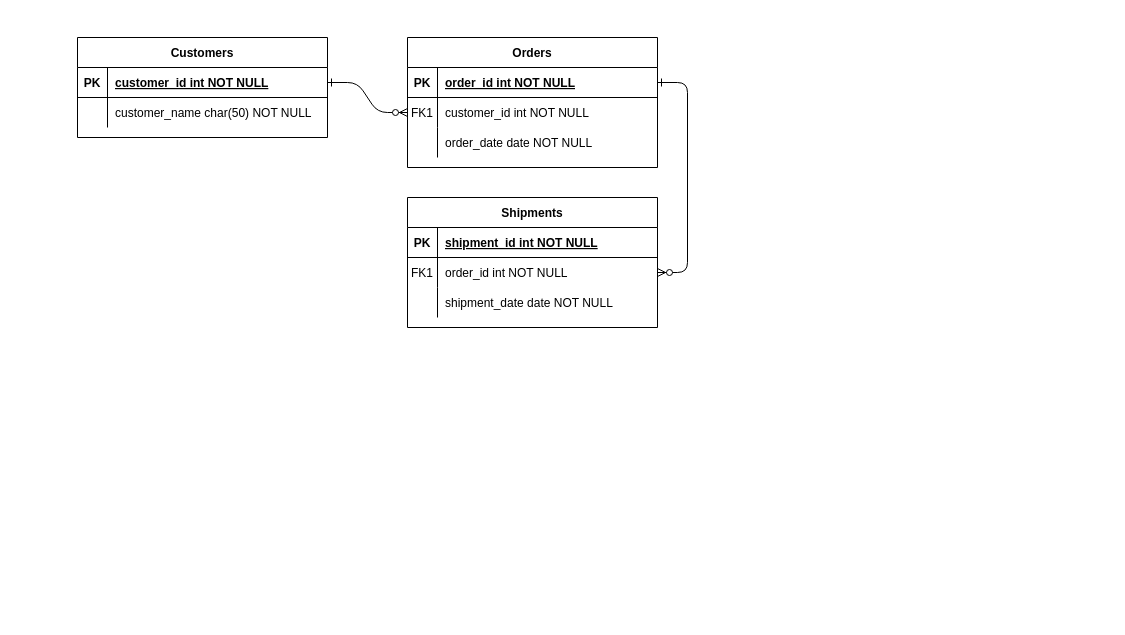
Grigosty/Resume_for_TenChat_Bobryashov_Gragory keeps this draw.io diagram as Структурный анализ.drawio. Above is the earlier version. Source tidied: cells renumbered, new cells numbered last; positions are measured from the earlier drawing's top-left corner, leaving out a move shared by most shapes. Both pictures are drawn from the tidied source at 100%, with x=0, y=0 at pixel (77, 37).
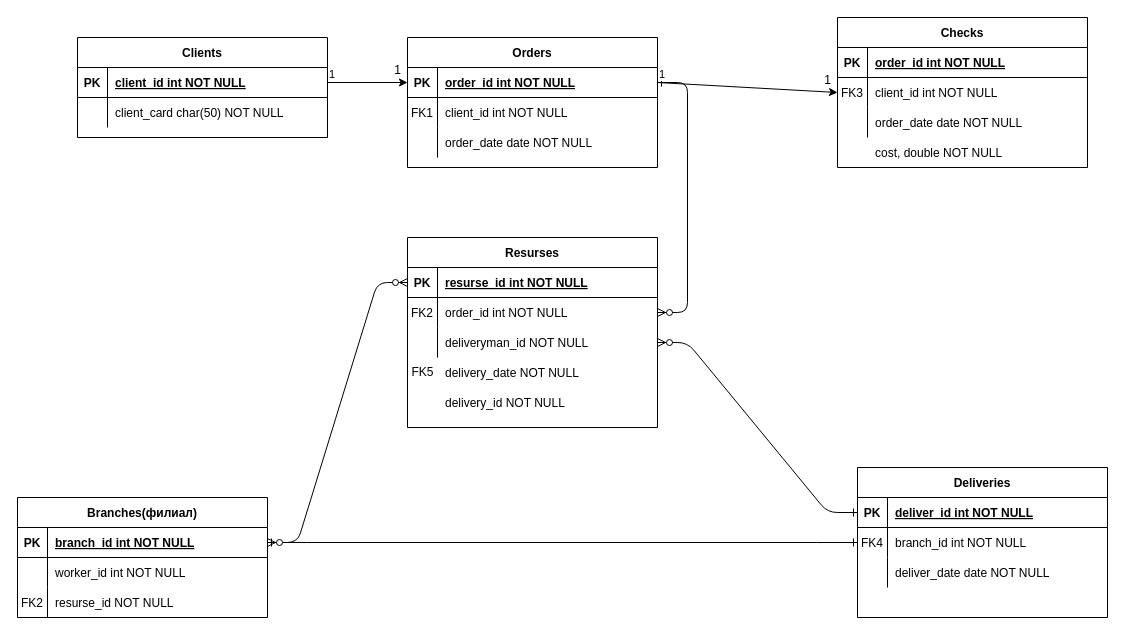
The same diagram, later.

Unchanged cells that the change refers to:
```xml
<mxCell id="5" style="shape=partialRectangle;fillColor=none;points=[[0,0.5],[1,0.5]];portConstraint=eastwest;top=0;left=0;right=0;bottom=1;" parent="4" vertex="1">
  <mxGeometry y="30" width="250" height="30" as="geometry" />
</mxCell>
<mxCell id="8" style="shape=partialRectangle;fillColor=none;points=[[0,0.5],[1,0.5]];portConstraint=eastwest;top=0;left=0;right=0;bottom=0;" parent="4" vertex="1">
  <mxGeometry y="60" width="250" height="30" as="geometry" />
</mxCell>
<mxCell id="15" style="shape=partialRectangle;fillColor=none;points=[[0,0.5],[1,0.5]];portConstraint=eastwest;top=0;left=0;right=0;bottom=1;" parent="14" vertex="1">
  <mxGeometry y="30" width="250" height="30" as="geometry" />
</mxCell>
<mxCell id="18" style="shape=partialRectangle;fillColor=none;points=[[0,0.5],[1,0.5]];portConstraint=eastwest;top=0;left=0;right=0;bottom=0;" parent="14" vertex="1">
  <mxGeometry y="60" width="250" height="30" as="geometry" />
</mxCell>
<mxCell id="21" style="shape=partialRectangle;fillColor=none;points=[[0,0.5],[1,0.5]];portConstraint=eastwest;top=0;left=0;right=0;bottom=0;" parent="14" vertex="1">
  <mxGeometry y="90" width="250" height="30" as="geometry" />
</mxCell>
<mxCell id="25" style="shape=partialRectangle;fillColor=none;points=[[0,0.5],[1,0.5]];portConstraint=eastwest;top=0;left=0;right=0;bottom=1;" parent="24" vertex="1">
  <mxGeometry y="30" width="250" height="30" as="geometry" />
</mxCell>
<mxCell id="28" style="shape=partialRectangle;fillColor=none;top=0;left=0;right=0;bottom=0;" parent="24" vertex="1">
  <mxGeometry y="60" width="250" height="30" as="geometry" />
</mxCell>
```

The edit, as a diff of the source:
```diff
@@
-    <mxCell id="2" style="edgeStyle=entityRelationEdgeStyle;endArrow=ERzeroToMany;startArrow=ERone;endFill=1;startFill=0;" parent="1" edge="1" source="25" target="8">
-      <mxGeometry relative="1" as="geometry" />
-    </mxCell>
@@
-    <mxCell id="10" value="customer_id int NOT NULL" style="shape=partialRectangle;overflow=hidden;fillColor=none;top=0;left=0;bottom=0;right=0;align=left;spacingLeft=6;" parent="8" vertex="1">
+    <mxCell id="10" value="client_id int NOT NULL" style="shape=partialRectangle;overflow=hidden;fillColor=none;top=0;left=0;bottom=0;right=0;align=left;spacingLeft=6;" parent="8" vertex="1">
       <mxGeometry x="30" width="220" height="30" as="geometry" />
     </mxCell>
@@
-    <mxCell id="14" value="Shipments" style="shape=table;startSize=30;childLayout=tableLayout;rowLines=0;fontStyle=1;align=center;" parent="1" vertex="1">
-      <mxGeometry x="330" y="160" width="250" height="130" as="geometry" />
+    <mxCell id="14" value="Resurses" style="shape=table;startSize=30;childLayout=tableLayout;rowLines=0;fontStyle=1;align=center;" parent="1" vertex="1">
+      <mxGeometry x="330" y="200" width="250" height="190" as="geometry" />
     </mxCell>
@@
-    <mxCell id="17" value="shipment_id int NOT NULL " style="shape=partialRectangle;overflow=hidden;fillColor=none;top=0;left=0;bottom=0;right=0;align=left;spacingLeft=6;fontStyle=5;" parent="15" vertex="1">
+    <mxCell id="17" value="resurse_id int NOT NULL " style="shape=partialRectangle;overflow=hidden;fillColor=none;top=0;left=0;bottom=0;right=0;align=left;spacingLeft=6;fontStyle=5;" parent="15" vertex="1">
       <mxGeometry x="30" width="220" height="30" as="geometry" />
     </mxCell>
@@
-    <mxCell id="19" value="FK1" style="shape=partialRectangle;overflow=hidden;fillColor=none;top=0;left=0;bottom=0;right=0;" parent="18" vertex="1">
+    <mxCell id="19" value="FK2" style="shape=partialRectangle;overflow=hidden;fillColor=none;top=0;left=0;bottom=0;right=0;" parent="18" vertex="1">
       <mxGeometry width="30" height="30" as="geometry" />
     </mxCell>
@@
-    <mxCell id="23" value="shipment_date date NOT NULL" style="shape=partialRectangle;overflow=hidden;fillColor=none;top=0;left=0;bottom=0;right=0;align=left;spacingLeft=6;" parent="21" vertex="1">
+    <mxCell id="23" value="deliveryman_id NOT NULL" style="shape=partialRectangle;overflow=hidden;fillColor=none;top=0;left=0;bottom=0;right=0;align=left;spacingLeft=6;" parent="21" vertex="1">
       <mxGeometry x="30" width="220" height="30" as="geometry" />
     </mxCell>
-    <mxCell id="24" value="Customers" style="shape=table;startSize=30;childLayout=tableLayout;rowLines=0;fontStyle=1;align=center;" parent="1" vertex="1">
+    <mxCell id="24" value="Clients" style="shape=table;startSize=30;childLayout=tableLayout;rowLines=0;fontStyle=1;align=center;" parent="1" vertex="1">
       <mxGeometry width="250" height="100" as="geometry" />
     </mxCell>
@@
-    <mxCell id="27" value="customer_id int NOT NULL " style="shape=partialRectangle;overflow=hidden;fillColor=none;top=0;left=0;bottom=0;right=0;align=left;spacingLeft=6;fontStyle=5;" parent="25" vertex="1">
+    <mxCell id="27" value="client_id int NOT NULL " style="shape=partialRectangle;overflow=hidden;fillColor=none;top=0;left=0;bottom=0;right=0;align=left;spacingLeft=6;fontStyle=5;" parent="25" vertex="1">
       <mxGeometry x="30" width="220" height="30" as="geometry" />
     </mxCell>
@@
-    <mxCell id="30" value="customer_name char(50) NOT NULL" style="shape=partialRectangle;overflow=hidden;fillColor=none;top=0;left=0;bottom=0;right=0;align=left;spacingLeft=6;" parent="28" vertex="1">
+    <mxCell id="30" value="client_card char(50) NOT NULL" style="shape=partialRectangle;overflow=hidden;fillColor=none;top=0;left=0;bottom=0;right=0;align=left;spacingLeft=6;" parent="28" vertex="1">
       <mxGeometry x="30" width="220" height="30" as="geometry" />
     </mxCell>
+    <mxCell id="31" style="shape=partialRectangle;fillColor=none;top=0;left=0;right=0;bottom=0;" parent="1" vertex="1">
+      <mxGeometry x="370" y="260" width="220" height="30" as="geometry" />
+    </mxCell>
+    <mxCell id="32" style="shape=partialRectangle;overflow=hidden;fillColor=none;top=0;left=0;bottom=0;right=0;" parent="31" vertex="1">
+      <mxGeometry width="26.4" height="30" as="geometry" />
+    </mxCell>
+    <mxCell id="33" value="delivery_date NOT NULL" style="shape=partialRectangle;overflow=hidden;fillColor=none;top=0;left=0;bottom=0;right=0;align=left;spacingLeft=6;" parent="1" vertex="1">
+      <mxGeometry x="360" y="320" width="220" height="30" as="geometry" />
+    </mxCell>
+    <mxCell id="34" value="Checks" style="shape=table;startSize=30;childLayout=tableLayout;rowLines=0;fontStyle=1;align=center;" parent="1" vertex="1">
+      <mxGeometry x="760" y="-20" width="250" height="150" as="geometry" />
+    </mxCell>
+    <mxCell id="35" style="shape=partialRectangle;fillColor=none;top=0;left=0;right=0;bottom=1;" parent="34" vertex="1">
+      <mxGeometry y="30" width="250" height="30" as="geometry" />
+    </mxCell>
+    <mxCell id="36" value="PK" style="shape=partialRectangle;overflow=hidden;fillColor=none;top=0;left=0;bottom=0;right=0;fontStyle=1;" parent="35" vertex="1">
+      <mxGeometry width="30" height="30" as="geometry" />
+    </mxCell>
+    <mxCell id="37" value="order_id int NOT NULL " style="shape=partialRectangle;overflow=hidden;fillColor=none;top=0;left=0;bottom=0;right=0;align=left;spacingLeft=6;fontStyle=5;" parent="35" vertex="1">
+      <mxGeometry x="30" width="220" height="30" as="geometry" />
+    </mxCell>
+    <mxCell id="38" style="shape=partialRectangle;fillColor=none;points=[[0,0.5],[1,0.5]];portConstraint=eastwest;top=0;left=0;right=0;bottom=0;" parent="34" vertex="1">
+      <mxGeometry y="60" width="250" height="30" as="geometry" />
+    </mxCell>
+    <mxCell id="39" value="FK3" style="shape=partialRectangle;overflow=hidden;fillColor=none;top=0;left=0;bottom=0;right=0;" parent="38" vertex="1">
+      <mxGeometry width="30" height="30" as="geometry" />
+    </mxCell>
+    <mxCell id="40" value="client_id int NOT NULL" style="shape=partialRectangle;overflow=hidden;fillColor=none;top=0;left=0;bottom=0;right=0;align=left;spacingLeft=6;" parent="38" vertex="1">
+      <mxGeometry x="30" width="220" height="30" as="geometry" />
+    </mxCell>
+    <mxCell id="41" style="shape=partialRectangle;fillColor=none;top=0;left=0;right=0;bottom=0;" parent="34" vertex="1">
+      <mxGeometry y="90" width="250" height="30" as="geometry" />
+    </mxCell>
+    <mxCell id="42" style="shape=partialRectangle;overflow=hidden;fillColor=none;top=0;left=0;bottom=0;right=0;" parent="41" vertex="1">
+      <mxGeometry width="30" height="30" as="geometry" />
+    </mxCell>
+    <mxCell id="43" value="order_date date NOT NULL" style="shape=partialRectangle;overflow=hidden;fillColor=none;top=0;left=0;bottom=0;right=0;align=left;spacingLeft=6;" parent="41" vertex="1">
+      <mxGeometry x="30" width="220" height="30" as="geometry" />
+    </mxCell>
+    <mxCell id="44" value="cost, double NOT NULL" style="shape=partialRectangle;overflow=hidden;fillColor=none;top=0;left=0;bottom=0;right=0;align=left;spacingLeft=6;" parent="1" vertex="1">
+      <mxGeometry x="790" y="100" width="220" height="30" as="geometry" />
+    </mxCell>
+    <mxCell id="45" value="Deliveries" style="shape=table;startSize=30;childLayout=tableLayout;rowLines=0;fontStyle=1;align=center;" parent="1" vertex="1">
+      <mxGeometry x="780" y="430" width="250" height="150" as="geometry" />
+    </mxCell>
+    <mxCell id="46" style="shape=partialRectangle;fillColor=none;points=[[0,0.5],[1,0.5]];portConstraint=eastwest;top=0;left=0;right=0;bottom=1;" parent="45" vertex="1">
+      <mxGeometry y="30" width="250" height="30" as="geometry" />
+    </mxCell>
+    <mxCell id="47" value="PK" style="shape=partialRectangle;overflow=hidden;fillColor=none;top=0;left=0;bottom=0;right=0;fontStyle=1;" parent="46" vertex="1">
+      <mxGeometry width="30" height="30" as="geometry" />
+    </mxCell>
+    <mxCell id="48" value="deliver_id int NOT NULL " style="shape=partialRectangle;overflow=hidden;fillColor=none;top=0;left=0;bottom=0;right=0;align=left;spacingLeft=6;fontStyle=5;" parent="46" vertex="1">
+      <mxGeometry x="30" width="220" height="30" as="geometry" />
+    </mxCell>
+    <mxCell id="49" style="shape=partialRectangle;fillColor=none;points=[[0,0.5],[1,0.5]];portConstraint=eastwest;top=0;left=0;right=0;bottom=0;" parent="45" vertex="1">
+      <mxGeometry y="60" width="250" height="30" as="geometry" />
+    </mxCell>
+    <mxCell id="50" value="FK4" style="shape=partialRectangle;overflow=hidden;fillColor=none;top=0;left=0;bottom=0;right=0;" parent="49" vertex="1">
+      <mxGeometry width="30" height="30" as="geometry" />
+    </mxCell>
+    <mxCell id="51" value="branch_id int NOT NULL" style="shape=partialRectangle;overflow=hidden;fillColor=none;top=0;left=0;bottom=0;right=0;align=left;spacingLeft=6;" parent="49" vertex="1">
+      <mxGeometry x="30" width="220" height="30" as="geometry" />
+    </mxCell>
+    <mxCell id="52" style="shape=partialRectangle;fillColor=none;top=0;left=0;right=0;bottom=0;" parent="45" vertex="1">
+      <mxGeometry y="90" width="250" height="30" as="geometry" />
+    </mxCell>
+    <mxCell id="53" style="shape=partialRectangle;overflow=hidden;fillColor=none;top=0;left=0;bottom=0;right=0;" parent="52" vertex="1">
+      <mxGeometry width="30" height="30" as="geometry" />
+    </mxCell>
+    <mxCell id="54" value="deliver_date date NOT NULL" style="shape=partialRectangle;overflow=hidden;fillColor=none;top=0;left=0;bottom=0;right=0;align=left;spacingLeft=6;" parent="52" vertex="1">
+      <mxGeometry x="30" width="220" height="30" as="geometry" />
+    </mxCell>
+    <mxCell id="55" value="delivery_id NOT NULL" style="shape=partialRectangle;overflow=hidden;fillColor=none;top=0;left=0;bottom=0;right=0;align=left;spacingLeft=6;" parent="1" vertex="1">
+      <mxGeometry x="360" y="350" width="220" height="30" as="geometry" />
+    </mxCell>
+    <mxCell id="56" style="edgeStyle=entityRelationEdgeStyle;endArrow=ERzeroToMany;startArrow=ERone;endFill=1;startFill=0;exitX=0;exitY=0.5;exitDx=0;exitDy=0;entryX=1;entryY=0.5;entryDx=0;entryDy=0;" parent="1" edge="1" source="46" target="21">
+      <mxGeometry relative="1" as="geometry" />
+    </mxCell>
+    <mxCell id="57" style="endArrow=classic;html=1;rounded=0;exitX=1;exitY=0.5;exitDx=0;exitDy=0;entryX=0;entryY=0.5;entryDx=0;entryDy=0;" parent="1" edge="1" source="5" target="38">
+      <mxGeometry relative="1" as="geometry" />
+    </mxCell>
+    <mxCell id="58" value="1" style="edgeLabel;html=1;align=left;verticalAlign=bottom;" parent="57" vertex="1">
+      <mxGeometry x="-1" relative="1" as="geometry" />
+    </mxCell>
+    <mxCell id="59" value="1" style="text;html=1;align=center;verticalAlign=middle;strokeColor=none;fillColor=none;" parent="1" vertex="1">
+      <mxGeometry x="735" y="28" width="30" height="30" as="geometry" />
+    </mxCell>
+    <mxCell id="60" style="endArrow=classic;html=1;rounded=0;exitX=1;exitY=0.5;exitDx=0;exitDy=0;entryX=0;entryY=0.5;entryDx=0;entryDy=0;" parent="1" edge="1" source="25" target="5">
+      <mxGeometry relative="1" as="geometry" />
+    </mxCell>
+    <mxCell id="61" value="1" style="edgeLabel;html=1;align=left;verticalAlign=bottom;" parent="60" vertex="1">
+      <mxGeometry x="-1" relative="1" as="geometry" />
+    </mxCell>
+    <mxCell id="62" value="1" style="text;html=1;align=center;verticalAlign=middle;strokeColor=none;fillColor=none;" parent="1" vertex="1">
+      <mxGeometry x="305" y="18" width="30" height="30" as="geometry" />
+    </mxCell>
+    <mxCell id="63" style="edgeStyle=entityRelationEdgeStyle;endArrow=ERzeroToMany;startArrow=ERone;endFill=1;startFill=0;exitX=1;exitY=0.5;exitDx=0;exitDy=0;entryX=0;entryY=0.5;entryDx=0;entryDy=0;" parent="1" edge="1" source="65" target="15">
+      <mxGeometry relative="1" as="geometry">
+        <Array as="points">
+          <mxPoint x="280" y="380" />
+        </Array>
+      </mxGeometry>
+    </mxCell>
+    <mxCell id="64" value="Branches(филиал)" style="shape=table;startSize=30;childLayout=tableLayout;rowLines=0;fontStyle=1;align=center;" parent="1" vertex="1">
+      <mxGeometry x="-60" y="460" width="250" height="120" as="geometry" />
+    </mxCell>
+    <mxCell id="65" style="shape=partialRectangle;fillColor=none;points=[[0,0.5],[1,0.5]];portConstraint=eastwest;top=0;left=0;right=0;bottom=1;" parent="64" vertex="1">
+      <mxGeometry y="30" width="250" height="30" as="geometry" />
+    </mxCell>
+    <mxCell id="66" value="PK" style="shape=partialRectangle;overflow=hidden;fillColor=none;top=0;left=0;bottom=0;right=0;fontStyle=1;" parent="65" vertex="1">
+      <mxGeometry width="30" height="30" as="geometry" />
+    </mxCell>
+    <mxCell id="67" value="branch_id int NOT NULL " style="shape=partialRectangle;overflow=hidden;fillColor=none;top=0;left=0;bottom=0;right=0;align=left;spacingLeft=6;fontStyle=5;" parent="65" vertex="1">
+      <mxGeometry x="30" width="220" height="30" as="geometry" />
+    </mxCell>
+    <mxCell id="68" style="shape=partialRectangle;fillColor=none;top=0;left=0;right=0;bottom=0;" parent="64" vertex="1">
+      <mxGeometry y="60" width="250" height="30" as="geometry" />
+    </mxCell>
+    <mxCell id="69" style="shape=partialRectangle;overflow=hidden;fillColor=none;top=0;left=0;bottom=0;right=0;" parent="68" vertex="1">
+      <mxGeometry width="30" height="30" as="geometry" />
+    </mxCell>
+    <mxCell id="70" value="worker_id int NOT NULL" style="shape=partialRectangle;overflow=hidden;fillColor=none;top=0;left=0;bottom=0;right=0;align=left;spacingLeft=6;" parent="68" vertex="1">
+      <mxGeometry x="30" width="220" height="30" as="geometry" />
+    </mxCell>
+    <mxCell id="71" style="shape=partialRectangle;fillColor=none;top=0;left=0;right=0;bottom=0;" parent="64" vertex="1">
+      <mxGeometry y="90" width="250" height="30" as="geometry" />
+    </mxCell>
+    <mxCell id="72" value="FK2" style="shape=partialRectangle;overflow=hidden;fillColor=none;top=0;left=0;bottom=0;right=0;" parent="71" vertex="1">
+      <mxGeometry width="30" height="30" as="geometry" />
+    </mxCell>
+    <mxCell id="73" value="resurse_id NOT NULL" style="shape=partialRectangle;overflow=hidden;fillColor=none;top=0;left=0;bottom=0;right=0;align=left;spacingLeft=6;" parent="71" vertex="1">
+      <mxGeometry x="30" width="220" height="30" as="geometry" />
+    </mxCell>
+    <mxCell id="74" style="edgeStyle=entityRelationEdgeStyle;endArrow=ERzeroToMany;startArrow=ERone;endFill=1;startFill=0;entryX=1;entryY=0.5;entryDx=0;entryDy=0;exitX=0;exitY=0.5;exitDx=0;exitDy=0;" parent="1" edge="1" source="49" target="65">
+      <mxGeometry relative="1" as="geometry">
+        <Array as="points">
+          <mxPoint x="700" y="490" />
+          <mxPoint x="690" y="500" />
+          <mxPoint x="620" y="510" />
+          <mxPoint x="740" y="490" />
+        </Array>
+      </mxGeometry>
+    </mxCell>
+    <mxCell id="75" value="FK5" style="text;html=1;align=center;verticalAlign=middle;strokeColor=none;fillColor=none;" parent="1" vertex="1">
+      <mxGeometry x="320" y="320" width="50" height="30" as="geometry" />
+    </mxCell>
```
